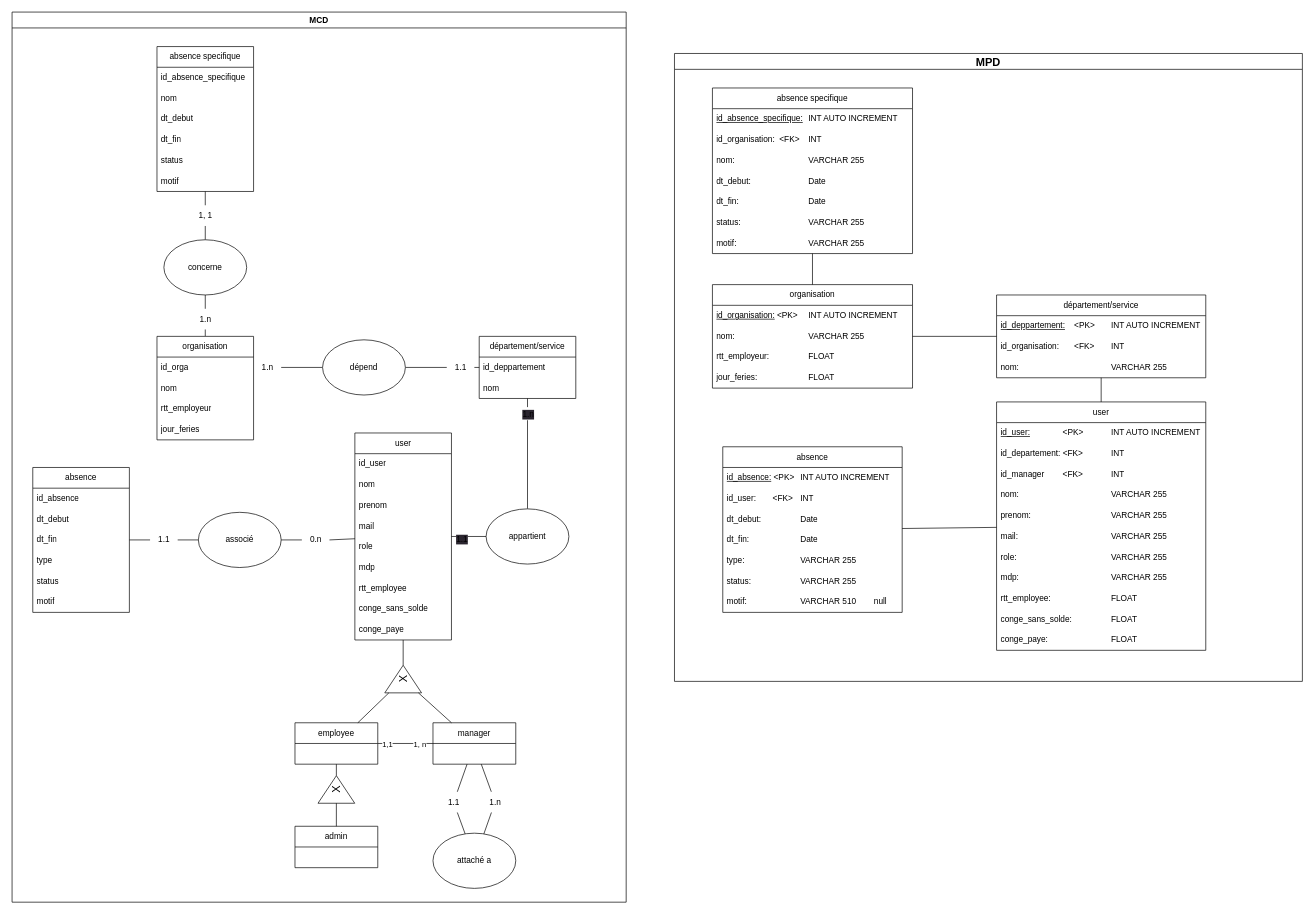
This is .conception/MCDMPD.drawio from diginamic-projet-final-gp4/projet_final_gcjf, a draw.io file, before an edit. Source tidied: cells renumbered, new cells numbered last; positions are measured from the earlier drawing's top-left corner, leaving out a move shared by most shapes. Both pictures are drawn from the tidied source at 69%, with x=0, y=0 at pixel (12, 12).
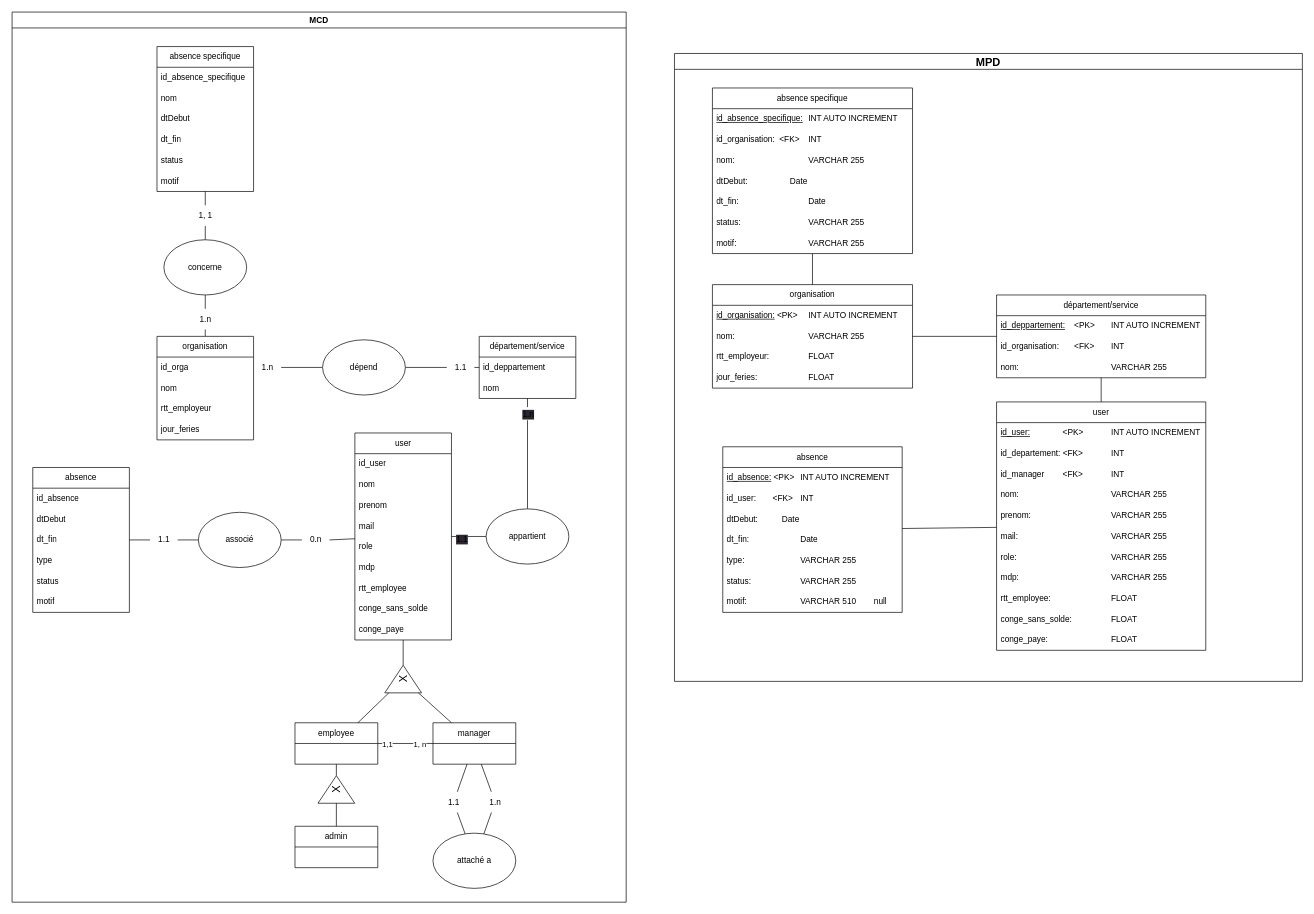
The same diagram, later.

The change refers to these unchanged cells:
```xml
<mxCell id="18" value="absence specifique" style="swimlane;fontStyle=0;horizontal=1;startSize=30;whiteSpace=wrap;html=1;" parent="1" vertex="1">
  <mxGeometry x="210" y="50" width="140" height="210" as="geometry" />
</mxCell>
<mxCell id="86" value="absence" style="swimlane;fontStyle=0;horizontal=1;startSize=30;whiteSpace=wrap;html=1;" parent="65" vertex="1">
  <mxGeometry x="30" y="660" width="140" height="210" as="geometry" />
</mxCell>
<mxCell id="101" value="absence" style="swimlane;fontStyle=0;horizontal=1;startSize=30;whiteSpace=wrap;html=1;" parent="99" vertex="1">
  <mxGeometry x="70" y="570" width="260" height="240" as="geometry" />
</mxCell>
<mxCell id="114" value="absence specifique" style="swimlane;fontStyle=0;horizontal=1;startSize=30;whiteSpace=wrap;html=1;" parent="99" vertex="1">
  <mxGeometry x="55" y="50" width="290" height="240" as="geometry" />
</mxCell>
```

What changed in the source:
```diff
@@
-    <mxCell id="21" value="dt_debut" style="text;strokeColor=none;fillColor=none;align=left;verticalAlign=middle;spacingLeft=4;spacingRight=4;overflow=hidden;whiteSpace=wrap;html=1;" parent="18" vertex="1">
+    <mxCell id="21" value="dtDebut" style="text;strokeColor=none;fillColor=none;align=left;verticalAlign=middle;spacingLeft=4;spacingRight=4;overflow=hidden;whiteSpace=wrap;html=1;" parent="18" vertex="1">
       <mxGeometry y="90" width="140" height="30" as="geometry" />
     </mxCell>
@@
-    <mxCell id="88" value="dt_debut" style="text;strokeColor=none;fillColor=none;align=left;verticalAlign=middle;spacingLeft=4;spacingRight=4;overflow=hidden;whiteSpace=wrap;html=1;" parent="86" vertex="1">
+    <mxCell id="88" value="dtDebut" style="text;strokeColor=none;fillColor=none;align=left;verticalAlign=middle;spacingLeft=4;spacingRight=4;overflow=hidden;whiteSpace=wrap;html=1;" parent="86" vertex="1">
       <mxGeometry y="60" width="140" height="30" as="geometry" />
     </mxCell>
@@
-    <mxCell id="104" value="dt_debut: &lt;span style=&quot;white-space: pre;&quot;&gt;&#9;&lt;/span&gt;&lt;span style=&quot;white-space: pre;&quot;&gt;&#9;&lt;/span&gt;Date" style="text;strokeColor=none;fillColor=none;align=left;verticalAlign=middle;spacingLeft=4;spacingRight=4;overflow=hidden;whiteSpace=wrap;html=1;" parent="101" vertex="1">
+    <mxCell id="104" value="dtDebut: &lt;span style=&quot;white-space: pre;&quot;&gt;&#9;&lt;/span&gt;&lt;span style=&quot;white-space: pre;&quot;&gt;&#9;&lt;/span&gt;Date" style="text;strokeColor=none;fillColor=none;align=left;verticalAlign=middle;spacingLeft=4;spacingRight=4;overflow=hidden;whiteSpace=wrap;html=1;" parent="101" vertex="1">
       <mxGeometry y="90" width="260" height="30" as="geometry" />
     </mxCell>
@@
-    <mxCell id="118" value="dt_debut: &lt;span style=&quot;white-space: pre;&quot;&gt;&#9;&lt;/span&gt;&lt;span style=&quot;white-space: pre;&quot;&gt;&#9;&lt;/span&gt;&lt;span style=&quot;white-space: pre;&quot;&gt;&#9;&lt;/span&gt;Date" style="text;strokeColor=none;fillColor=none;align=left;verticalAlign=middle;spacingLeft=4;spacingRight=4;overflow=hidden;whiteSpace=wrap;html=1;" parent="114" vertex="1">
+    <mxCell id="118" value="dtDebut: &lt;span style=&quot;white-space: pre;&quot;&gt;&#9;&lt;/span&gt;&lt;span style=&quot;white-space: pre;&quot;&gt;&#9;&lt;/span&gt;&lt;span style=&quot;white-space: pre;&quot;&gt;&#9;&lt;/span&gt;Date" style="text;strokeColor=none;fillColor=none;align=left;verticalAlign=middle;spacingLeft=4;spacingRight=4;overflow=hidden;whiteSpace=wrap;html=1;" parent="114" vertex="1">
       <mxGeometry y="120" width="290" height="30" as="geometry" />
     </mxCell>
```
